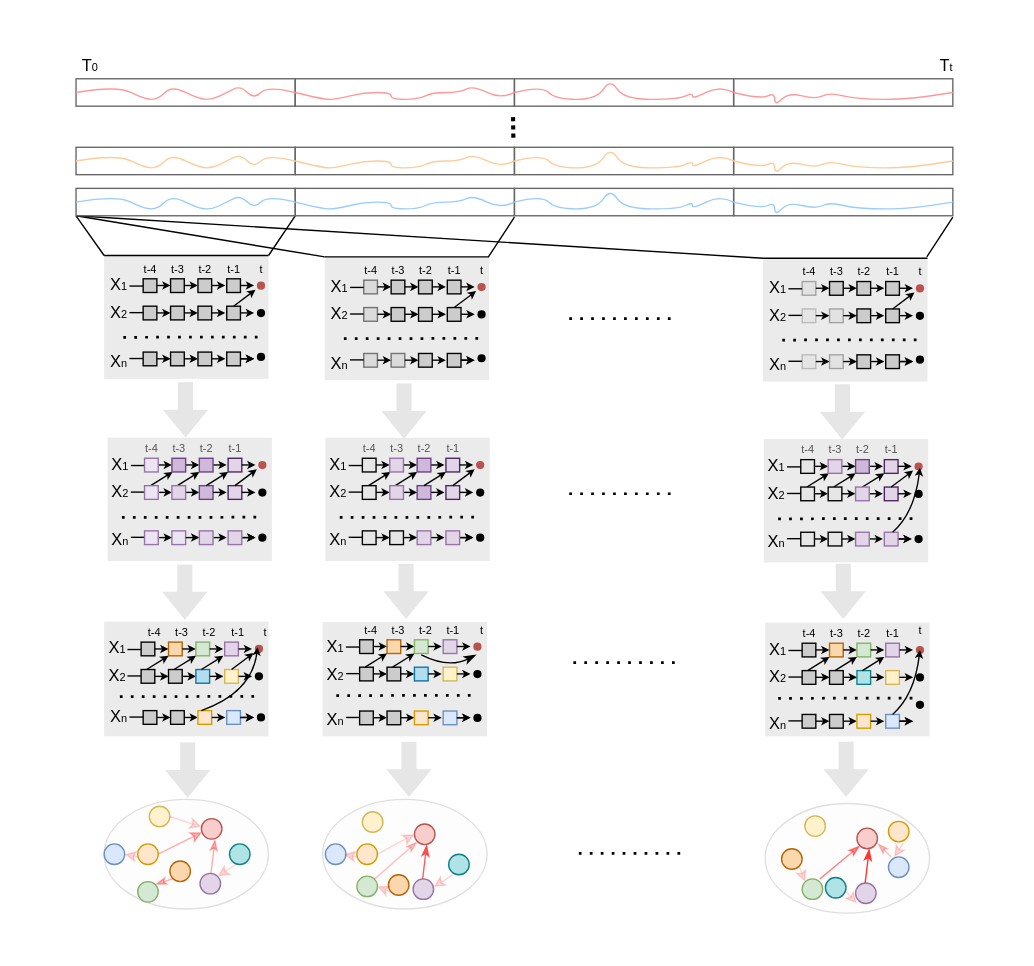
Earlier version of the draw.io diagram Causal.drawio (hzb29/hzb29). Source tidied: cells renumbered, new cells numbered last; positions are measured from the earlier drawing's top-left corner, leaving out a move shared by most shapes. Both pictures are drawn from the tidied source at 137%, with x=0, y=0 at pixel (62, 45).
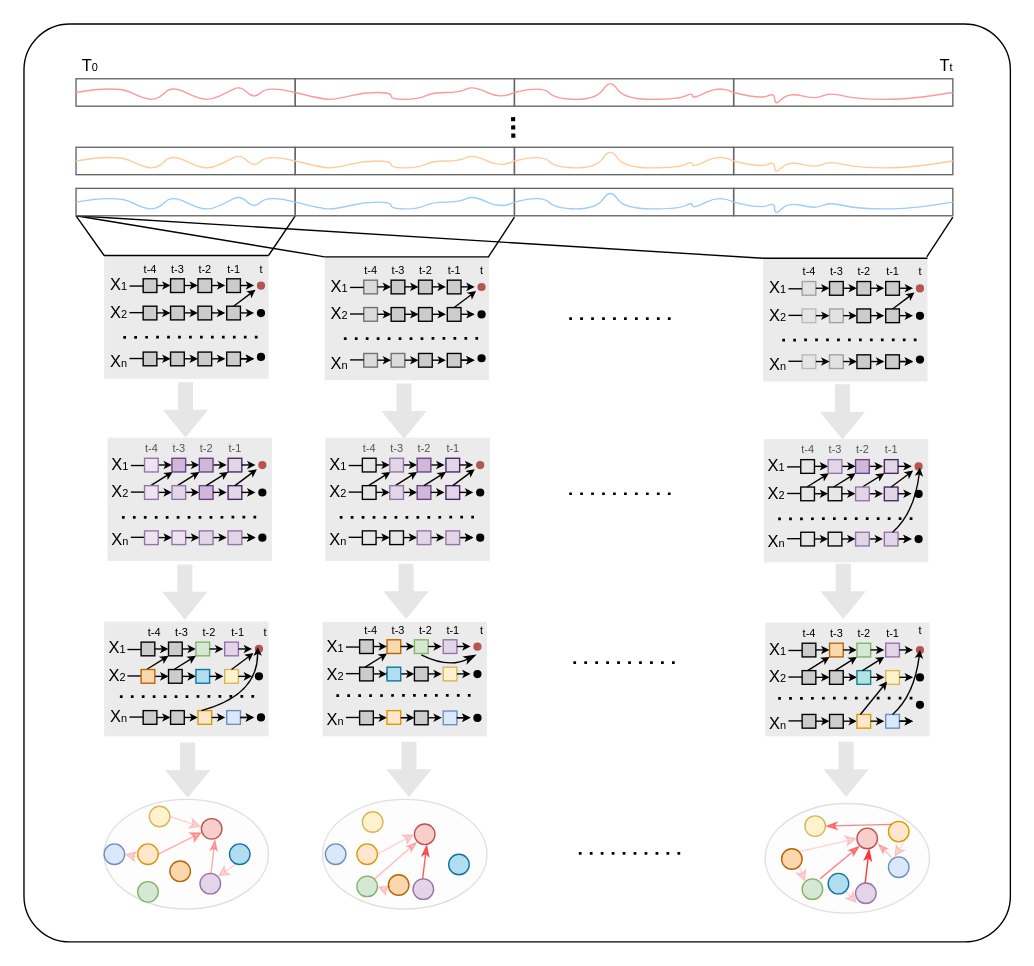
The same page after the edit.

Unchanged cells that the change refers to:
```xml
<mxCell id="28" style="rounded=0;whiteSpace=wrap;html=1;fillColor=#ffe6cc;strokeColor=#d79b00;" parent="1" vertex="1">
  <mxGeometry x="99" y="485.2" width="10" height="10" as="geometry" />
</mxCell>
<mxCell id="69" style="rounded=0;whiteSpace=wrap;html=1;fillColor=#d5e8d4;strokeColor=#82b366;" parent="1" vertex="1">
  <mxGeometry x="257" y="433.5" width="10" height="10" as="geometry" />
</mxCell>
<mxCell id="112" style="rounded=0;whiteSpace=wrap;html=1;fillColor=#ffe6cc;strokeColor=#d79b00;" parent="1" vertex="1">
  <mxGeometry x="580" y="488" width="10" height="10" as="geometry" />
</mxCell>
<mxCell id="133" style="group;" parent="1" vertex="1">
  <mxGeometry x="190" y="550" width="120" height="80" as="geometry" />
</mxCell>
<mxCell id="149" style="group;" parent="1" vertex="1">
  <mxGeometry x="513" y="553" width="120" height="80" as="geometry" />
</mxCell>
<mxCell id="151" style="ellipse;whiteSpace=wrap;html=1;fillColor=#fff2cc;strokeColor=#d6b656;" parent="149" vertex="1">
  <mxGeometry x="29" y="9" width="15" height="15" as="geometry" />
</mxCell>
<mxCell id="153" style="ellipse;whiteSpace=wrap;html=1;fillColor=#f8cecc;strokeColor=#b85450;" parent="149" vertex="1">
  <mxGeometry x="67" y="18" width="15" height="15" as="geometry" />
</mxCell>
<mxCell id="159" style="ellipse;whiteSpace=wrap;html=1;fillColor=#ffe6cc;strokeColor=#d79b00;" parent="149" vertex="1">
  <mxGeometry x="90" y="13" width="15" height="15" as="geometry" />
</mxCell>
<mxCell id="161" style="ellipse;whiteSpace=wrap;html=1;fillColor=#fad7ac;strokeColor=#b46504;" parent="149" vertex="1">
  <mxGeometry x="12" y="33" width="15" height="15" as="geometry" />
</mxCell>
<mxCell id="213" style="group;" parent="1" vertex="1">
  <mxGeometry x="30.5" y="550" width="120" height="80" as="geometry" />
</mxCell>
<mxCell id="216" style="ellipse;whiteSpace=wrap;html=1;fillColor=#d5e8d4;strokeColor=#82b366;" parent="213" vertex="1">
  <mxGeometry x="24.5" y="60" width="15" height="15" as="geometry" />
</mxCell>
<mxCell id="223" style="ellipse;whiteSpace=wrap;html=1;fillColor=#fad7ac;strokeColor=#b46504;" parent="213" vertex="1">
  <mxGeometry x="48" y="45" width="15" height="15" as="geometry" />
</mxCell>
```

Diff of the diagram source:
```diff
@@
+    <mxCell id="505" style="rounded=1;whiteSpace=wrap;html=1;fillColor=none;rounded=1;arcSize=5;" parent="1" vertex="1">
+      <mxGeometry x="-28" y="-16" width="720" height="670" as="geometry" />
+    </mxCell>
@@
-    <mxCell id="4" style="rounded=0;whiteSpace=wrap;html=1;fillColor=#fad7ac;strokeColor=#b46504;" parent="1" vertex="1">
-      <mxGeometry x="77.5" y="435.2" width="10" height="10" as="geometry" />
-    </mxCell>
@@
     <mxCell id="6" style="rounded=0;whiteSpace=wrap;html=1;fillColor=#CCCCCC;" parent="1" vertex="1">
-      <mxGeometry x="57.5" y="455.2" width="10" height="10" as="geometry" />
+      <mxGeometry x="77.5" y="435.2" width="10" height="10" as="geometry" />
     </mxCell>
@@
-    <mxCell id="46" style="endArrow=classic;html=1;rounded=0;endSize=3;startSize=3;exitX=0.5;exitY=0;exitDx=0;exitDy=0;entryX=0;entryY=1;entryDx=0;entryDy=0;" parent="1" edge="1">
-      <mxGeometry relative="1" as="geometry">
-        <mxPoint x="101.5" y="455.2" as="sourcePoint" />
-        <mxPoint x="117.5" y="445.2" as="targetPoint" />
-      </mxGeometry>
-    </mxCell>
@@
     <mxCell id="53" style="rounded=0;whiteSpace=wrap;html=1;fillColor=#CCCCCC;" parent="1" vertex="1">
-      <mxGeometry x="237" y="453.5" width="10" height="10" as="geometry" />
+      <mxGeometry x="257" y="453.5" width="10" height="10" as="geometry" />
     </mxCell>
@@
-    <mxCell id="56" style="rounded=0;whiteSpace=wrap;html=1;fillColor=#CCCCCC;" parent="1" vertex="1">
-      <mxGeometry x="237" y="485.5" width="10" height="10" as="geometry" />
-    </mxCell>
@@
-    <mxCell id="65" style="endArrow=classic;html=1;rounded=0;endSize=3;startSize=3;" parent="1" edge="1">
+    <mxCell id="65" style="endArrow=classic;html=1;rounded=0;endSize=3;startSize=3;" parent="1" edge="1" source="56">
       <mxGeometry relative="1" as="geometry">
-        <mxPoint x="247" y="490.4" as="sourcePoint" />
         <mxPoint x="257" y="490.4" as="targetPoint" />
       </mxGeometry>
     </mxCell>
@@
-    <mxCell id="70" style="rounded=0;whiteSpace=wrap;html=1;fillColor=#b1ddf0;strokeColor=#10739e;" parent="1" vertex="1">
-      <mxGeometry x="257" y="453.5" width="10" height="10" as="geometry" />
-    </mxCell>
     <mxCell id="71" style="rounded=0;whiteSpace=wrap;html=1;fillColor=#ffe6cc;strokeColor=#d79b00;" parent="1" vertex="1">
-      <mxGeometry x="257" y="485.5" width="10" height="10" as="geometry" />
+      <mxGeometry x="237" y="485.2" width="10" height="10" as="geometry" />
     </mxCell>
@@
-    <mxCell id="77" style="endArrow=classic;html=1;rounded=0;endSize=3;startSize=3;exitX=0.5;exitY=0;exitDx=0;exitDy=0;entryX=0;entryY=1;entryDx=0;entryDy=0;" parent="1" edge="1" target="69">
-      <mxGeometry relative="1" as="geometry">
-        <mxPoint x="241" y="453.5" as="sourcePoint" />
-      </mxGeometry>
-    </mxCell>
@@
-    <mxCell id="144" style="ellipse;whiteSpace=wrap;html=1;fillColor=#b0e3e6;strokeColor=#0e8088;" parent="133" vertex="1">
-      <mxGeometry x="92" y="40" width="15" height="15" as="geometry" />
-    </mxCell>
@@
-    <mxCell id="146" style="endArrow=classic;html=1;rounded=0;exitX=1;exitY=0.5;exitDx=0;exitDy=0;fillColor=#dae8fc;strokeColor=#FF3333;opacity=20;endFill=1;entryX=1;entryY=0.5;entryDx=0;entryDy=0;" parent="133" edge="1">
-      <mxGeometry relative="1" as="geometry">
-        <mxPoint x="25" y="42" as="sourcePoint" />
-        <mxPoint x="15.5" y="40" as="targetPoint" />
-      </mxGeometry>
-    </mxCell>
@@
-    <mxCell id="148" style="endArrow=classic;html=1;rounded=0;exitX=1;exitY=0.5;exitDx=0;exitDy=0;fillColor=#dae8fc;strokeColor=#FF3333;opacity=20;endFill=1;entryX=1;entryY=0;entryDx=0;entryDy=0;" parent="133" edge="1">
-      <mxGeometry relative="1" as="geometry">
-        <mxPoint x="95" y="55" as="sourcePoint" />
-        <mxPoint x="81" y="64" as="targetPoint" />
-      </mxGeometry>
-    </mxCell>
+    <mxCell id="506" style="ellipse;whiteSpace=wrap;html=1;fillColor=#B1DDF0;strokeColor=#10739E;" parent="133" vertex="1">
+      <mxGeometry x="92" y="40" width="15" height="15" as="geometry" />
+    </mxCell>
@@
-    <mxCell id="160" style="ellipse;whiteSpace=wrap;html=1;fillColor=#b0e3e6;strokeColor=#0e8088;" parent="149" vertex="1">
-      <mxGeometry x="44" y="54" width="15" height="15" as="geometry" />
-    </mxCell>
@@
+    <mxCell id="507" style="ellipse;whiteSpace=wrap;html=1;fillColor=#B1DDF0;strokeColor=#10739E;" parent="149" vertex="1">
+      <mxGeometry x="46" y="51" width="15" height="15" as="geometry" />
+    </mxCell>
+    <mxCell id="508" style="endArrow=classicThin;html=1;rounded=0;fillColor=#f8cecc;strokeColor=#FF3333;opacity=60;endFill=1;entryX=1;entryY=0.5;entryDx=0;entryDy=0;exitX=0;exitY=0;exitDx=0;exitDy=0;" parent="149" edge="1" source="159" target="151">
+      <mxGeometry relative="1" as="geometry" />
+    </mxCell>
+    <mxCell id="509" style="endArrow=classic;html=1;rounded=0;exitX=1;exitY=0;exitDx=0;exitDy=0;fillColor=#dae8fc;strokeColor=#FF3333;opacity=20;endFill=1;entryX=0;entryY=0.5;entryDx=0;entryDy=0;" parent="149" edge="1" source="161" target="153">
+      <mxGeometry relative="1" as="geometry" />
+    </mxCell>
@@
-    <mxCell id="222" style="ellipse;whiteSpace=wrap;html=1;fillColor=#b0e3e6;strokeColor=#0e8088;" parent="213" vertex="1">
+    <mxCell id="222" style="ellipse;whiteSpace=wrap;html=1;fillColor=#B1DDF0;strokeColor=#10739E;" parent="213" vertex="1">
       <mxGeometry x="91.5" y="32.5" width="15" height="15" as="geometry" />
     </mxCell>
@@
-    <mxCell id="225" style="endArrow=classicThin;html=1;rounded=0;fillColor=#dae8fc;strokeColor=#FF3333;opacity=40;endFill=1;entryX=1;entryY=0;entryDx=0;entryDy=0;exitX=0;exitY=1;exitDx=0;exitDy=0;" parent="213" edge="1" source="223" target="216">
-      <mxGeometry relative="1" as="geometry" />
-    </mxCell>
@@
     <mxCell id="503" style="curved=1;endArrow=classic;html=1;rounded=0;endSize=3;exitX=0.25;exitY=0;exitDx=0;exitDy=0;entryX=0.403;entryY=0.829;entryDx=0;entryDy=0;entryPerimeter=0;" parent="1" edge="1" source="28">
       <mxGeometry relative="1" as="geometry">
         <mxPoint x="142.5" y="439" as="targetPoint" />
         <Array as="points">
-          <mxPoint x="138.5" y="472" />
+          <mxPoint x="143" y="474" />
         </Array>
       </mxGeometry>
     </mxCell>
@@
+    <mxCell id="510" style="rounded=0;whiteSpace=wrap;html=1;fillColor=#fad7ac;strokeColor=#b46504;" parent="1" vertex="1">
+      <mxGeometry x="57.5" y="455.2" width="10" height="10" as="geometry" />
+    </mxCell>
+    <mxCell id="511" style="endArrow=classic;html=1;rounded=0;endSize=3;startSize=3;exitX=0.5;exitY=0;exitDx=0;exitDy=0;entryX=0;entryY=1;entryDx=0;entryDy=0;" parent="1" edge="1" target="70">
+      <mxGeometry relative="1" as="geometry">
+        <mxPoint x="241" y="453.5" as="sourcePoint" />
+      </mxGeometry>
+    </mxCell>
+    <mxCell id="70" style="rounded=0;whiteSpace=wrap;html=1;fillColor=#b1ddf0;strokeColor=#10739e;" parent="1" vertex="1">
+      <mxGeometry x="237" y="453.5" width="10" height="10" as="geometry" />
+    </mxCell>
+    <mxCell id="512" style="endArrow=classic;html=1;rounded=0;endSize=3;startSize=3;" parent="1" edge="1" target="56">
+      <mxGeometry relative="1" as="geometry">
+        <mxPoint x="247" y="490.4" as="sourcePoint" />
+      </mxGeometry>
+    </mxCell>
+    <mxCell id="56" style="rounded=0;whiteSpace=wrap;html=1;fillColor=#CCCCCC;" parent="1" vertex="1">
+      <mxGeometry x="257" y="485.5" width="10" height="10" as="geometry" />
+    </mxCell>
+    <mxCell id="513" style="endArrow=classic;html=1;rounded=0;endSize=3;startSize=3;exitX=0.25;exitY=0;exitDx=0;exitDy=0;" parent="1" edge="1" source="112">
+      <mxGeometry relative="1" as="geometry">
+        <mxPoint x="602" y="464" as="targetPoint" />
+      </mxGeometry>
+    </mxCell>
```
